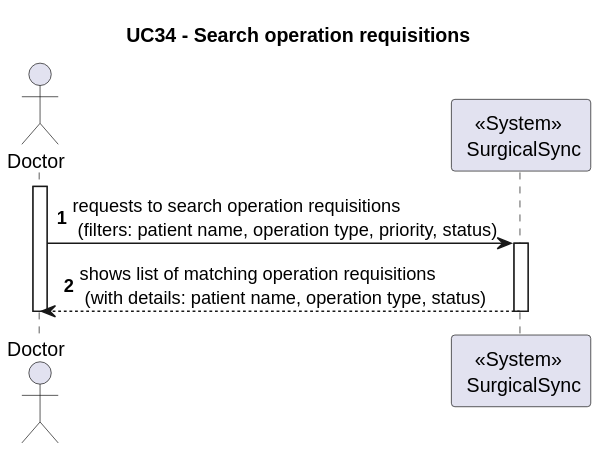
Before: Wiki/SprintA/diagrams/use-cases/34-search-operation-requisitions/level1/process-view.svg, a diagram exported from PlantUML (MiguelCardoso77/SurgicalSync-BackEnd). The source it was exported from:
```plantuml
@startuml
autonumber

Title "UC34 - Search operation requisitions"

actor "Doctor" as D
participant "<<System>> \n SurgicalSync" as SYSTEM

activate D

D -> SYSTEM: requests to search operation requisitions \n (filters: patient name, operation type, priority, status)

    activate SYSTEM

    SYSTEM --> D: shows list of matching operation requisitions \n (with details: patient name, operation type, status)

    deactivate SYSTEM

deactivate D
@enduml
```
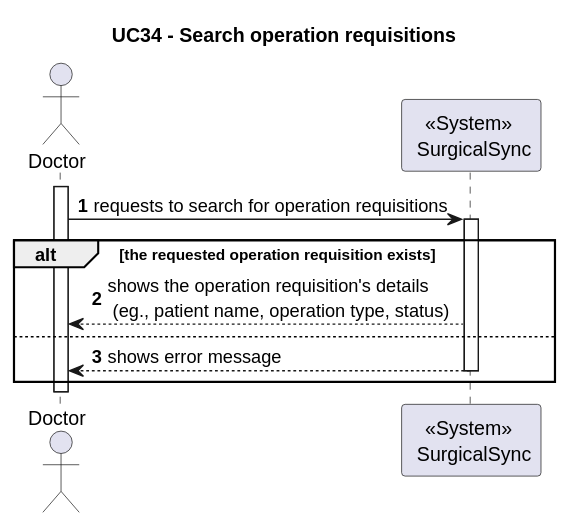
The same file after the commit.

Commit message:
Designing the level2 - process view #19

What changed in the source:
```diff
@@ -8,13 +8,22 @@
 
 activate D
 
-D -> SYSTEM: requests to search operation requisitions \n (filters: patient name, operation type, priority, status)
+D -> SYSTEM: requests to search for operation requisitions
+
+    alt the requested operation requisition exists
 
     activate SYSTEM
 
-    SYSTEM --> D: shows list of matching operation requisitions \n (with details: patient name, operation type, status)
+    SYSTEM --> D: shows the operation requisition's details \n (eg., patient name, operation type, status)
+
+
+    else
+
+    SYSTEM --> D : shows error message
 
     deactivate SYSTEM
 
+    end
+
 deactivate D
 @enduml
```
